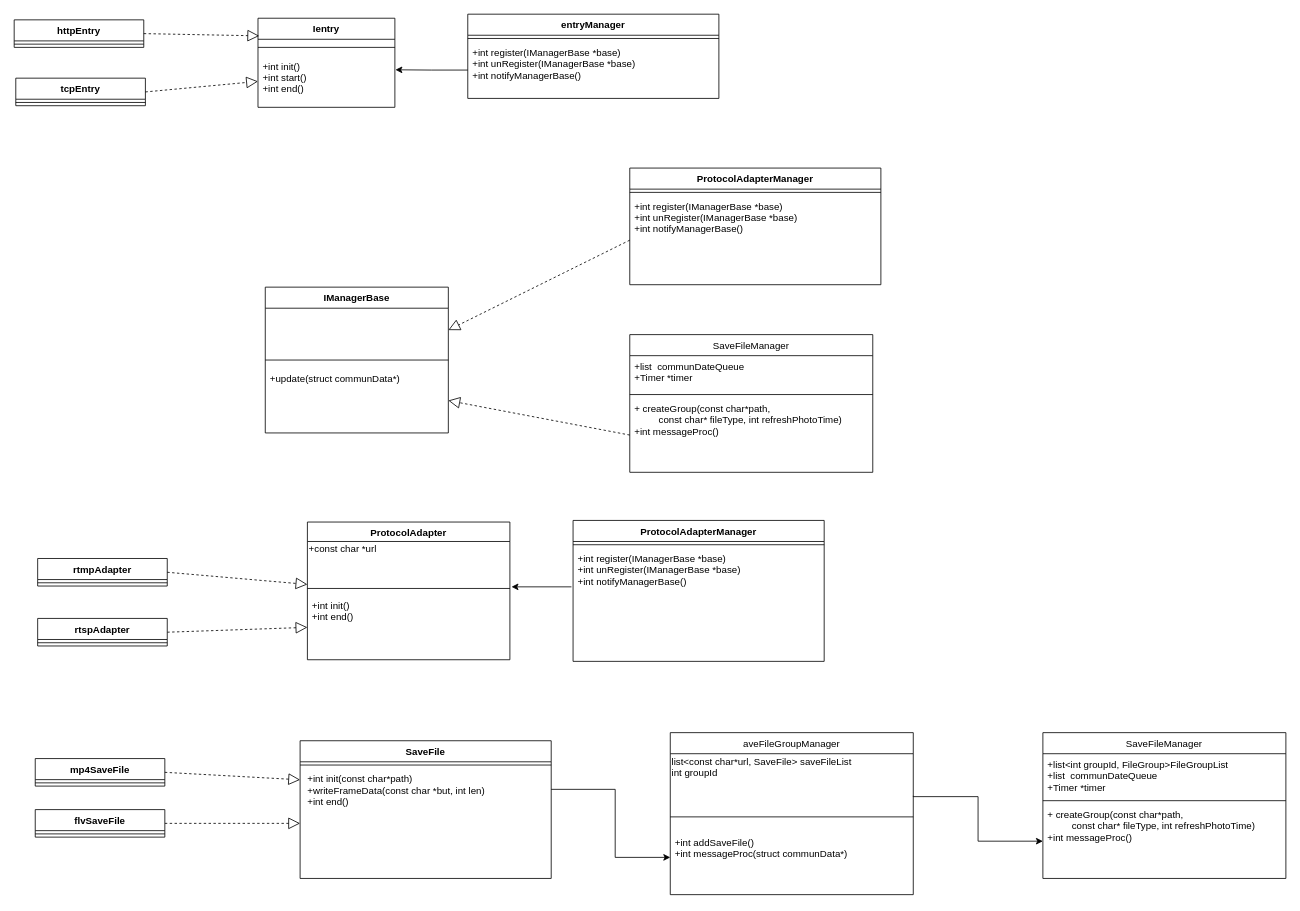
huangPeiLc/drawio keeps this draw.io diagram as 巡课uml.drawio. Above is the earlier version. Source tidied: cells renumbered, new cells numbered last; positions are measured from the earlier drawing's top-left corner, leaving out a move shared by most shapes. Both pictures are drawn from the tidied source at 81%, with x=0, y=0 at pixel (14, 14).
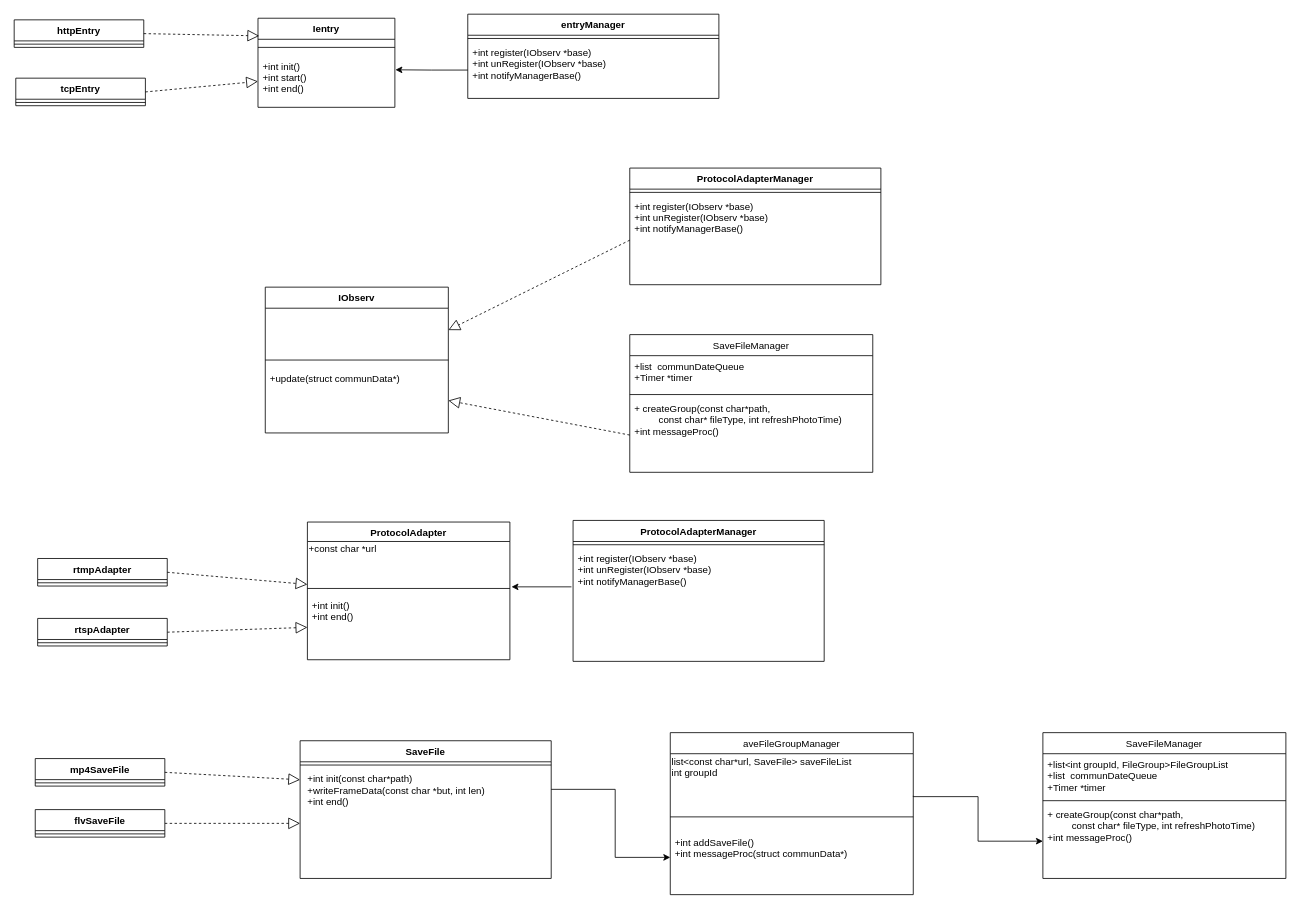
Above is the later version.

Unchanged cells that the change refers to:
```xml
<mxCell id="32" value="ProtocolAdapterManager&#10;" style="swimlane;fontStyle=1;align=center;verticalAlign=top;horizontal=1;startSize=26;" parent="1" vertex="1">
  <mxGeometry x="690" y="625" width="310" height="174" as="geometry" />
</mxCell>
<mxCell id="36" value="entryManager" style="swimlane;fontStyle=1;align=center;verticalAlign=top;horizontal=1;startSize=26;" parent="1" vertex="1">
  <mxGeometry x="560" width="310" height="104" as="geometry" />
</mxCell>
<mxCell id="39" value="ProtocolAdapterManager&#10;" style="swimlane;fontStyle=1;align=center;verticalAlign=top;horizontal=1;startSize=26;" parent="1" vertex="1">
  <mxGeometry x="760" y="190" width="310" height="144" as="geometry" />
</mxCell>
```

Change to the diagram source:
```diff
@@
-    <mxCell id="18" value="IManagerBase" style="swimlane;fontStyle=1;align=center;verticalAlign=top;horizontal=1;startSize=26;" parent="1" vertex="1">
+    <mxCell id="18" value="IObserv&#10;" style="swimlane;fontStyle=1;align=center;verticalAlign=top;horizontal=1;startSize=26;" parent="1" vertex="1">
       <mxGeometry x="310" y="337" width="226" height="180" as="geometry" />
     </mxCell>
@@
-    <mxCell id="34" value="+int register(IManagerBase *base)&#10;+int unRegister(IManagerBase *base)&#10;+int notifyManagerBase()&#10;&#10;" style="text;strokeColor=none;fillColor=none;align=left;verticalAlign=top;spacingLeft=4;spacingRight=4;overflow=hidden;" parent="32" vertex="1">
+    <mxCell id="34" value="+int register(IObserv *base)&#10;+int unRegister(IObserv *base)&#10;+int notifyManagerBase()&#10;&#10;" style="text;strokeColor=none;fillColor=none;align=left;verticalAlign=top;spacingLeft=4;spacingRight=4;overflow=hidden;" parent="32" vertex="1">
       <mxGeometry y="34" width="310" height="140" as="geometry" />
     </mxCell>
@@
-    <mxCell id="38" value="+int register(IManagerBase *base)&#10;+int unRegister(IManagerBase *base)&#10;+int notifyManagerBase()&#10;&#10;" style="text;strokeColor=none;fillColor=none;align=left;verticalAlign=top;spacingLeft=4;spacingRight=4;overflow=hidden;points=[[0,0.5],[1,0.5]];portConstraint=eastwest;" parent="36" vertex="1">
+    <mxCell id="38" value="+int register(IObserv *base)&#10;+int unRegister(IObserv *base)&#10;+int notifyManagerBase()&#10;&#10;" style="text;strokeColor=none;fillColor=none;align=left;verticalAlign=top;spacingLeft=4;spacingRight=4;overflow=hidden;points=[[0,0.5],[1,0.5]];portConstraint=eastwest;" parent="36" vertex="1">
       <mxGeometry y="34" width="310" height="70" as="geometry" />
     </mxCell>
@@
-    <mxCell id="41" value="+int register(IManagerBase *base)&#10;+int unRegister(IManagerBase *base)&#10;+int notifyManagerBase()&#10;&#10;" style="text;strokeColor=none;fillColor=none;align=left;verticalAlign=top;spacingLeft=4;spacingRight=4;overflow=hidden;points=[[0,0.5],[1,0.5]];portConstraint=eastwest;" parent="39" vertex="1">
+    <mxCell id="41" value="+int register(IObserv *base)&#10;+int unRegister(IObserv *base)&#10;+int notifyManagerBase()&#10;&#10;" style="text;strokeColor=none;fillColor=none;align=left;verticalAlign=top;spacingLeft=4;spacingRight=4;overflow=hidden;points=[[0,0.5],[1,0.5]];portConstraint=eastwest;" parent="39" vertex="1">
       <mxGeometry y="34" width="310" height="110" as="geometry" />
     </mxCell>
```
